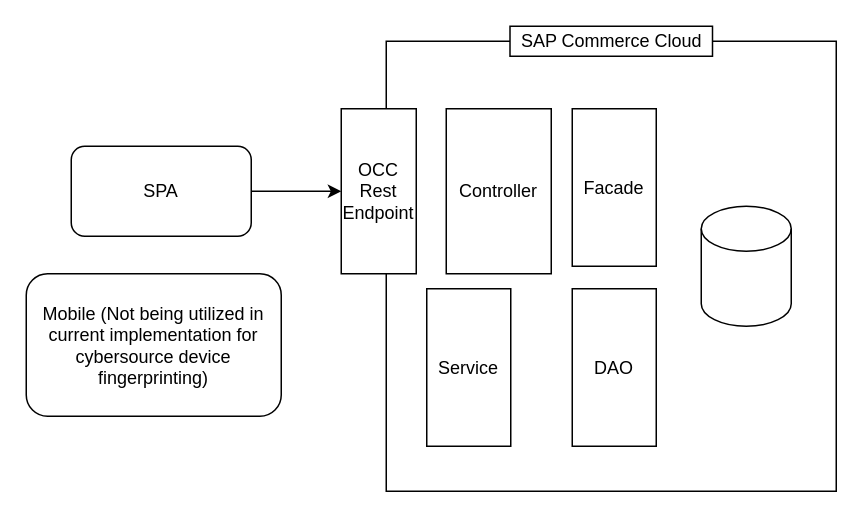
This is src/DeviceFingerprinting.drawio from mtcl/pyramid, a draw.io file, before an edit. Source tidied: cells renumbered, new cells numbered last; positions are measured from the earlier drawing's top-left corner, leaving out a move shared by most shapes. Both pictures are drawn from the tidied source at 150%, with x=0, y=0 at pixel (26, 26).
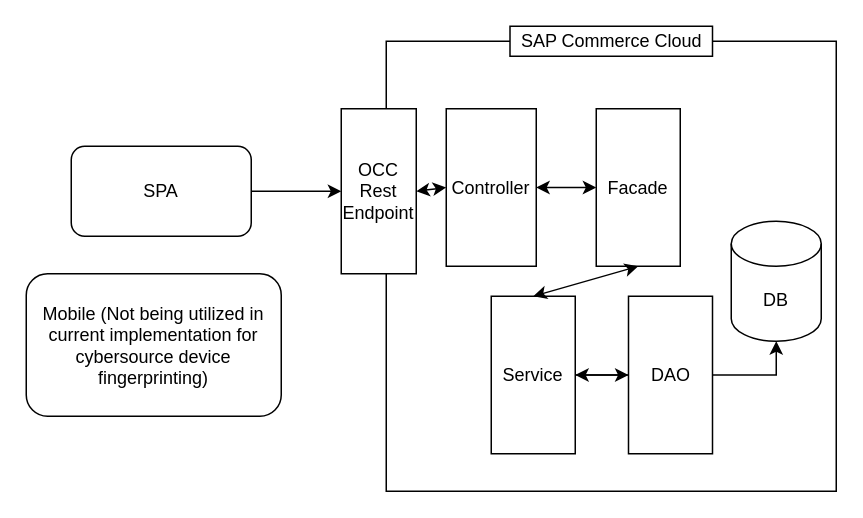
After the change.

What changed in the source:
```diff
@@
 <mxGraphModel>
   <root>
     <mxCell id="0" />
     <mxCell id="1" parent="0" />
     <mxCell id="2" value="SPA" style="rounded=1;whiteSpace=wrap;html=1;" parent="1" vertex="1">
       <mxGeometry x="30" y="80" width="120" height="60" as="geometry" />
     </mxCell>
     <mxCell id="3" style="whiteSpace=wrap;html=1;" parent="1" vertex="1">
       <mxGeometry x="240" y="10" width="300" height="300" as="geometry" />
     </mxCell>
     <mxCell id="4" value="SAP Commerce Cloud" style="rounded=0;whiteSpace=wrap;html=1;" parent="1" vertex="1">
       <mxGeometry x="322.5" width="135" height="20" as="geometry" />
     </mxCell>
     <mxCell id="5" value="OCC&lt;br&gt;Rest Endpoint" style="rounded=0;whiteSpace=wrap;html=1;" parent="1" vertex="1">
       <mxGeometry x="210" y="55" width="50" height="110" as="geometry" />
     </mxCell>
-    <mxCell id="6" style="shape=cylinder3;whiteSpace=wrap;html=1;boundedLbl=1;backgroundOutline=1;size=15;" parent="1" vertex="1">
-      <mxGeometry x="450" y="120" width="60" height="80" as="geometry" />
+    <mxCell id="6" value="DB" style="shape=cylinder3;whiteSpace=wrap;html=1;boundedLbl=1;backgroundOutline=1;size=15;" parent="1" vertex="1">
+      <mxGeometry x="470" y="130" width="60" height="80" as="geometry" />
     </mxCell>
     <mxCell id="7" value="Facade" style="rounded=0;whiteSpace=wrap;html=1;" parent="1" vertex="1">
-      <mxGeometry x="364" y="55" width="56" height="105" as="geometry" />
+      <mxGeometry x="380" y="55" width="56" height="105" as="geometry" />
     </mxCell>
+    <mxCell id="13" style="edgeStyle=orthogonalEdgeStyle;rounded=0;jettySize=auto;html=1;" parent="1" edge="1" source="8" target="9">
+      <mxGeometry relative="1" as="geometry" />
+    </mxCell>
     <mxCell id="8" value="Service" style="rounded=0;whiteSpace=wrap;html=1;" parent="1" vertex="1">
-      <mxGeometry x="267" y="175" width="56" height="105" as="geometry" />
+      <mxGeometry x="310" y="180" width="56" height="105" as="geometry" />
     </mxCell>
+    <mxCell id="14" style="edgeStyle=orthogonalEdgeStyle;rounded=0;jettySize=auto;html=1;" parent="1" edge="1" source="9" target="8">
+      <mxGeometry relative="1" as="geometry" />
+    </mxCell>
+    <mxCell id="15" style="edgeStyle=orthogonalEdgeStyle;rounded=0;jettySize=auto;html=1;entryX=0.5;entryY=1;entryDx=0;entryDy=0;entryPerimeter=0;" parent="1" edge="1" source="9" target="6">
+      <mxGeometry relative="1" as="geometry" />
+    </mxCell>
     <mxCell id="9" value="DAO" style="rounded=0;whiteSpace=wrap;html=1;" parent="1" vertex="1">
-      <mxGeometry x="364" y="175" width="56" height="105" as="geometry" />
+      <mxGeometry x="401.5" y="180" width="56" height="105" as="geometry" />
     </mxCell>
     <mxCell id="10" value="Mobile (Not being utilized in current implementation for cybersource device fingerprinting)" style="rounded=1;whiteSpace=wrap;html=1;" parent="1" vertex="1">
       <mxGeometry y="165" width="170" height="95" as="geometry" />
     </mxCell>
     <mxCell id="11" style="endArrow=classic;html=1;exitX=1;exitY=0.5;exitDx=0;exitDy=0;entryX=0;entryY=0.5;entryDx=0;entryDy=0;" parent="1" edge="1" source="2" target="5">
       <mxGeometry relative="1" as="geometry" />
     </mxCell>
     <mxCell id="12" value="Controller" style="rounded=0;whiteSpace=wrap;html=1;" parent="1" vertex="1">
-      <mxGeometry x="280" y="55" width="70" height="110" as="geometry" />
+      <mxGeometry x="280" y="55" width="60" height="105" as="geometry" />
     </mxCell>
+    <mxCell id="16" style="endArrow=classic;startArrow=classic;html=1;exitX=1;exitY=0.5;exitDx=0;exitDy=0;entryX=0;entryY=0.5;entryDx=0;entryDy=0;" parent="1" edge="1" source="5" target="12">
+      <mxGeometry relative="1" as="geometry" />
+    </mxCell>
+    <mxCell id="17" style="endArrow=classic;startArrow=classic;html=1;entryX=0;entryY=0.5;entryDx=0;entryDy=0;exitX=1;exitY=0.5;exitDx=0;exitDy=0;" parent="1" edge="1" source="12" target="7">
+      <mxGeometry relative="1" as="geometry" />
+    </mxCell>
+    <mxCell id="18" style="endArrow=classic;startArrow=classic;html=1;entryX=0.5;entryY=1;entryDx=0;entryDy=0;exitX=0.5;exitY=0;exitDx=0;exitDy=0;" parent="1" edge="1" source="8" target="7">
+      <mxGeometry relative="1" as="geometry" />
+    </mxCell>
   </root>
 </mxGraphModel>
```
